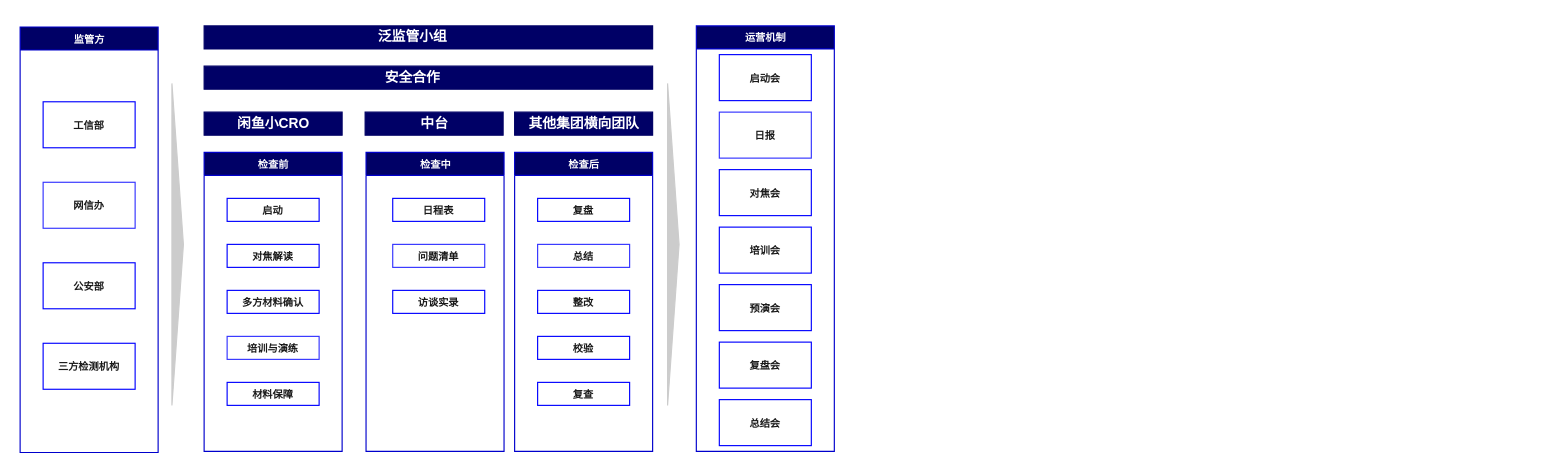
Above: 迎检机制.drawio in Rmachine/python-emulate (draw.io), before the change. Source tidied: cells renumbered, new cells numbered last; positions are measured from the earlier drawing's top-left corner, leaving out a move shared by most shapes. Both pictures are drawn from the tidied source at 115%, with x=0, y=0 at pixel (20, 20).
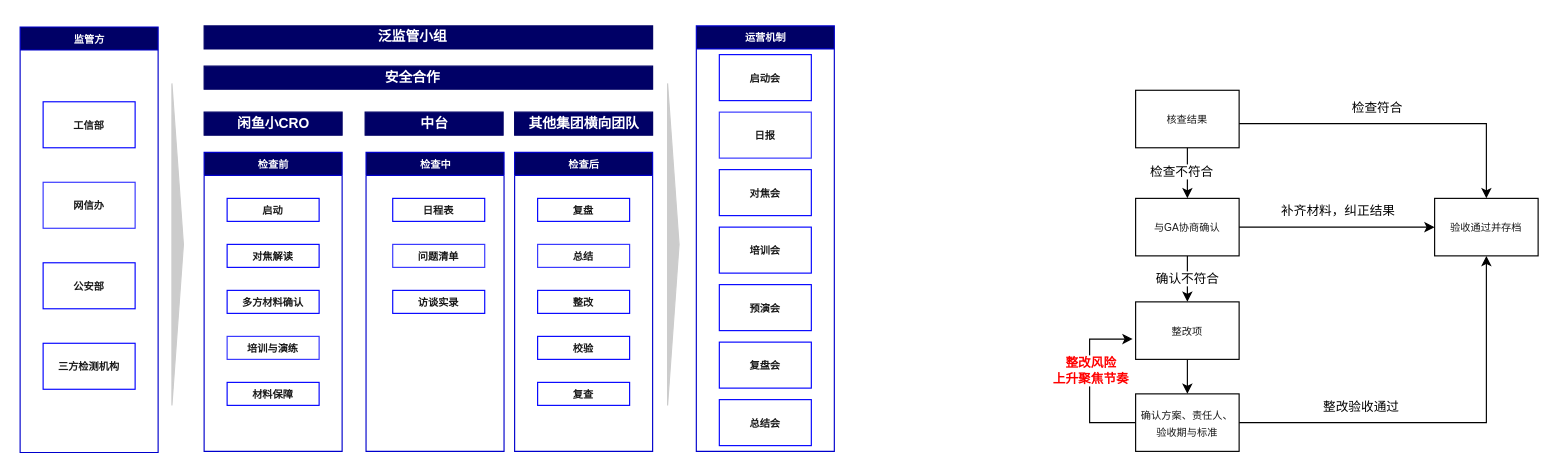
Above is the later version.

Commit message:
更新迎检机制.drawio

Diff of the diagram source:
```diff
@@
+    <mxCell id="51" style="edgeStyle=orthogonalEdgeStyle;rounded=0;jettySize=auto;html=1;entryX=0.5;entryY=0;entryDx=0;entryDy=0;" parent="1" edge="1" source="53" target="58">
+      <mxGeometry relative="1" as="geometry" />
+    </mxCell>
+    <mxCell id="52" value="确认不符合" style="edgeLabel;html=1;align=center;verticalAlign=middle;" parent="51" vertex="1">
+      <mxGeometry x="-0.05" y="-1" relative="1" as="geometry" />
+    </mxCell>
+    <mxCell id="53" value="&lt;span style=&quot;font-family:'Microsoft YaHei'; font-size:6.66667pt; color:#191919;&quot;&gt;与GA协商确认&lt;/span&gt;" style="rounded=0;whiteSpace=wrap;html=1;" parent="1" vertex="1">
+      <mxGeometry x="970" y="155" width="90" height="50" as="geometry" />
+    </mxCell>
+    <mxCell id="54" style="edgeStyle=orthogonalEdgeStyle;rounded=0;jettySize=auto;html=1;" parent="1" edge="1" source="55" target="53">
+      <mxGeometry relative="1" as="geometry" />
+    </mxCell>
+    <mxCell id="55" value="&lt;span style=&quot;font-family:'Microsoft YaHei'; font-size:6.66667pt; color:#191919;&quot;&gt;核查结果&lt;/span&gt;" style="rounded=0;whiteSpace=wrap;html=1;" parent="1" vertex="1">
+      <mxGeometry x="970" y="61" width="90" height="50" as="geometry" />
+    </mxCell>
+    <mxCell id="56" value="检查不符合" style="edgeLabel;html=1;align=center;verticalAlign=middle;" parent="1" vertex="1">
+      <mxGeometry x="1030" y="135" as="geometry">
+        <mxPoint x="-21" y="-4" as="offset" />
+      </mxGeometry>
+    </mxCell>
+    <mxCell id="57" style="edgeStyle=orthogonalEdgeStyle;rounded=0;jettySize=auto;html=1;entryX=0.5;entryY=0;entryDx=0;entryDy=0;" parent="1" edge="1" source="58" target="61">
+      <mxGeometry relative="1" as="geometry" />
+    </mxCell>
+    <mxCell id="58" value="&lt;font face=&quot;Microsoft YaHei&quot; color=&quot;#191919&quot;&gt;&lt;span style=&quot;font-size: 8.88889px;&quot;&gt;整改项&lt;/span&gt;&lt;/font&gt;" style="rounded=0;whiteSpace=wrap;html=1;" parent="1" vertex="1">
+      <mxGeometry x="970" y="245" width="90" height="50" as="geometry" />
+    </mxCell>
+    <mxCell id="59" style="edgeStyle=orthogonalEdgeStyle;rounded=0;jettySize=auto;html=1;entryX=-0.029;entryY=0.647;entryDx=0;entryDy=0;entryPerimeter=0;exitX=0;exitY=0.5;exitDx=0;exitDy=0;" parent="1" edge="1" source="61" target="58">
+      <mxGeometry relative="1" as="geometry">
+        <Array as="points">
+          <mxPoint x="930" y="350" />
+          <mxPoint x="930" y="277" />
+        </Array>
+      </mxGeometry>
+    </mxCell>
+    <mxCell id="60" value="&lt;b&gt;&lt;font color=&quot;#ff0000&quot;&gt;整改风险&lt;br&gt;上升聚焦节奏&lt;/font&gt;&lt;br&gt;&lt;/b&gt;" style="edgeLabel;html=1;align=center;verticalAlign=middle;" parent="59" vertex="1">
+      <mxGeometry x="0.12" y="3" relative="1" as="geometry">
+        <mxPoint x="3" y="-2" as="offset" />
+      </mxGeometry>
+    </mxCell>
+    <mxCell id="61" value="&lt;font face=&quot;Microsoft YaHei&quot; color=&quot;#191919&quot;&gt;&lt;span style=&quot;font-size: 8.88889px;&quot;&gt;确认方案、责任人、验收期与标准&lt;/span&gt;&lt;/font&gt;" style="rounded=0;whiteSpace=wrap;html=1;" parent="1" vertex="1">
+      <mxGeometry x="970" y="325" width="90" height="50" as="geometry" />
+    </mxCell>
+    <mxCell id="62" value="&lt;font face=&quot;Microsoft YaHei&quot; color=&quot;#191919&quot;&gt;&lt;span style=&quot;font-size: 8.88889px;&quot;&gt;验收通过并存档&lt;/span&gt;&lt;/font&gt;" style="rounded=0;whiteSpace=wrap;html=1;" parent="1" vertex="1">
+      <mxGeometry x="1230" y="155" width="90" height="50" as="geometry" />
+    </mxCell>
+    <mxCell id="63" style="edgeStyle=orthogonalEdgeStyle;rounded=0;jettySize=auto;html=1;entryX=0.5;entryY=0;entryDx=0;entryDy=0;" parent="1" edge="1" source="55" target="62">
+      <mxGeometry relative="1" as="geometry">
+        <Array as="points">
+          <mxPoint x="1275" y="90" />
+        </Array>
+      </mxGeometry>
+    </mxCell>
+    <mxCell id="64" value="检查符合" style="edgeLabel;html=1;align=center;verticalAlign=middle;" parent="63" vertex="1">
+      <mxGeometry x="-0.15" y="-2" relative="1" as="geometry">
+        <mxPoint y="-17" as="offset" />
+      </mxGeometry>
+    </mxCell>
+    <mxCell id="65" style="edgeStyle=orthogonalEdgeStyle;rounded=0;jettySize=auto;html=1;entryX=0;entryY=0.5;entryDx=0;entryDy=0;" parent="1" edge="1" source="53" target="62">
+      <mxGeometry relative="1" as="geometry" />
+    </mxCell>
+    <mxCell id="66" value="补齐材料，纠正结果" style="edgeLabel;html=1;align=center;verticalAlign=middle;" parent="65" vertex="1">
+      <mxGeometry x="-0.11" relative="1" as="geometry">
+        <mxPoint x="9" y="-15" as="offset" />
+      </mxGeometry>
+    </mxCell>
+    <mxCell id="67" style="edgeStyle=orthogonalEdgeStyle;rounded=0;jettySize=auto;html=1;entryX=0.5;entryY=1;entryDx=0;entryDy=0;exitX=1;exitY=0.5;exitDx=0;exitDy=0;" parent="1" edge="1" source="61" target="62">
+      <mxGeometry relative="1" as="geometry" />
+    </mxCell>
+    <mxCell id="68" value="整改验收通过" style="edgeLabel;html=1;align=center;verticalAlign=middle;" parent="67" vertex="1">
+      <mxGeometry x="-0.42" y="-5" relative="1" as="geometry">
+        <mxPoint x="1" y="-20" as="offset" />
+      </mxGeometry>
+    </mxCell>
```
